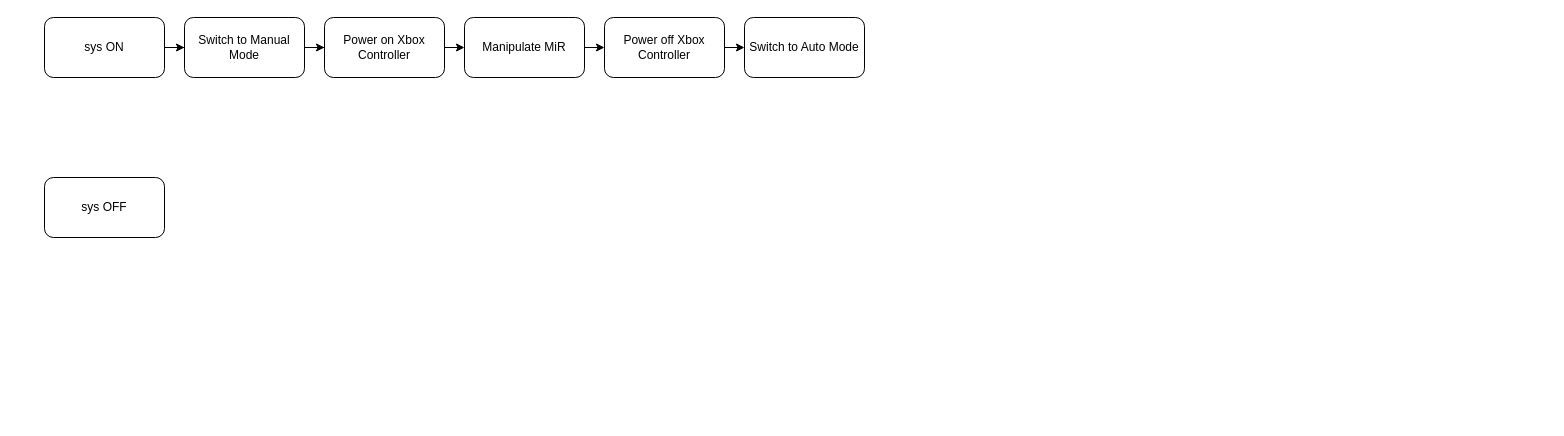
wuyongf/w0303-ipc1 keeps this draw.io diagram as page "Page-10" (8 of 8) of workflows/w0303_workflow_summary.drawio. Above is the earlier version. Source tidied: cells renumbered, new cells numbered last; positions are measured from the earlier drawing's top-left corner, leaving out a move shared by most shapes. Both pictures are drawn from the tidied source at 100%, with x=0, y=0 at pixel (44, 17). Pictures stored in the file or linked from it are replaced by grey dashed boxes.
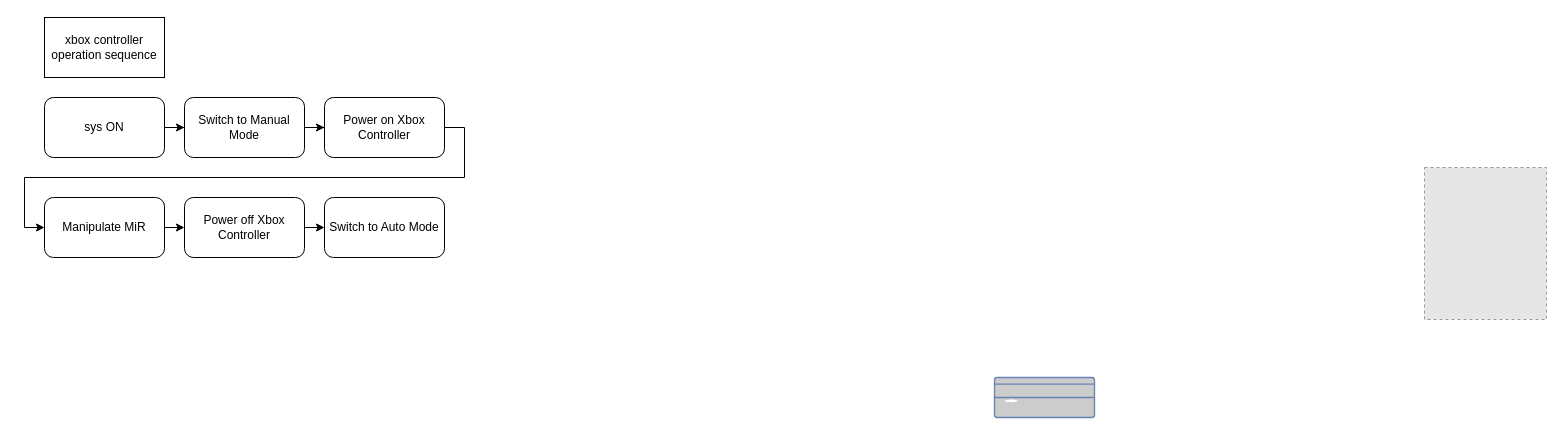
The same page after the edit.

Change to the diagram source:
```diff
@@
 <mxGraphModel>
   <root>
     <mxCell id="0" />
     <mxCell id="1" parent="0" />
     <mxCell id="2" style="edgeStyle=orthogonalEdgeStyle;rounded=0;jettySize=auto;html=1;exitX=1;exitY=0.5;exitDx=0;exitDy=0;" parent="1" edge="1" source="3" target="6">
       <mxGeometry relative="1" as="geometry" />
     </mxCell>
     <mxCell id="3" value="sys ON" style="rounded=1;whiteSpace=wrap;html=1;" parent="1" vertex="1">
-      <mxGeometry width="120" height="60" as="geometry" />
+      <mxGeometry y="80" width="120" height="60" as="geometry" />
     </mxCell>
-    <mxCell id="4" value="sys OFF" style="rounded=1;whiteSpace=wrap;html=1;" parent="1" vertex="1">
-      <mxGeometry y="160" width="120" height="60" as="geometry" />
-    </mxCell>
     <mxCell id="5" style="edgeStyle=orthogonalEdgeStyle;rounded=0;jettySize=auto;html=1;exitX=1;exitY=0.5;exitDx=0;exitDy=0;" parent="1" edge="1" source="6" target="8">
       <mxGeometry relative="1" as="geometry" />
     </mxCell>
     <mxCell id="6" value="Switch to Manual Mode" style="rounded=1;whiteSpace=wrap;html=1;" parent="1" vertex="1">
-      <mxGeometry x="140" width="120" height="60" as="geometry" />
+      <mxGeometry x="140" y="80" width="120" height="60" as="geometry" />
     </mxCell>
     <mxCell id="7" style="edgeStyle=orthogonalEdgeStyle;rounded=0;jettySize=auto;html=1;exitX=1;exitY=0.5;exitDx=0;exitDy=0;entryX=0;entryY=0.5;entryDx=0;entryDy=0;" parent="1" edge="1" source="8" target="10">
       <mxGeometry relative="1" as="geometry" />
     </mxCell>
     <mxCell id="8" value="Power on Xbox Controller" style="rounded=1;whiteSpace=wrap;html=1;" parent="1" vertex="1">
-      <mxGeometry x="280" width="120" height="60" as="geometry" />
+      <mxGeometry x="280" y="80" width="120" height="60" as="geometry" />
     </mxCell>
     <mxCell id="9" style="edgeStyle=orthogonalEdgeStyle;rounded=0;jettySize=auto;html=1;exitX=1;exitY=0.5;exitDx=0;exitDy=0;entryX=0;entryY=0.5;entryDx=0;entryDy=0;" parent="1" edge="1" source="10" target="12">
       <mxGeometry relative="1" as="geometry" />
     </mxCell>
     <mxCell id="10" value="Manipulate MiR" style="rounded=1;whiteSpace=wrap;html=1;" parent="1" vertex="1">
-      <mxGeometry x="420" width="120" height="60" as="geometry" />
+      <mxGeometry y="180" width="120" height="60" as="geometry" />
     </mxCell>
     <mxCell id="11" style="edgeStyle=orthogonalEdgeStyle;rounded=0;jettySize=auto;html=1;exitX=1;exitY=0.5;exitDx=0;exitDy=0;entryX=0;entryY=0.5;entryDx=0;entryDy=0;" parent="1" edge="1" source="12" target="13">
       <mxGeometry relative="1" as="geometry" />
     </mxCell>
     <mxCell id="12" value="Power off Xbox Controller" style="rounded=1;whiteSpace=wrap;html=1;" parent="1" vertex="1">
-      <mxGeometry x="560" width="120" height="60" as="geometry" />
+      <mxGeometry x="140" y="180" width="120" height="60" as="geometry" />
     </mxCell>
     <mxCell id="13" value="Switch to Auto Mode" style="rounded=1;whiteSpace=wrap;html=1;" parent="1" vertex="1">
-      <mxGeometry x="700" width="120" height="60" as="geometry" />
+      <mxGeometry x="280" y="180" width="120" height="60" as="geometry" />
     </mxCell>
+    <mxCell id="14" value="xbox controller&lt;br&gt;operation sequence" style="rounded=0;whiteSpace=wrap;html=1;" parent="1" vertex="1">
+      <mxGeometry width="120" height="60" as="geometry" />
+    </mxCell>
+    <mxCell id="15" style="fontColor=#0066CC;verticalAlign=top;verticalLabelPosition=bottom;labelPosition=center;align=center;html=1;fillColor=#CCCCCC;strokeColor=#6881B3;gradientColor=none;gradientDirection=north;strokeWidth=2;shape=mxgraph.networks.desktop_pc;" parent="1" vertex="1">
+      <mxGeometry x="950" y="360" width="100" height="40" as="geometry" />
+    </mxCell>
+    <mxCell id="16" style="fillColor=#E6E6E6;strokeColor=#999999;dashed=1;verticalLabelPosition=bottom;verticalAlign=top;labelBackgroundColor=#FFFF99;fontColor=#97D077;" parent="1" vertex="1">
+      <mxGeometry x="1380" y="150" width="122" height="152" as="geometry" />
+    </mxCell>
   </root>
 </mxGraphModel>
```
